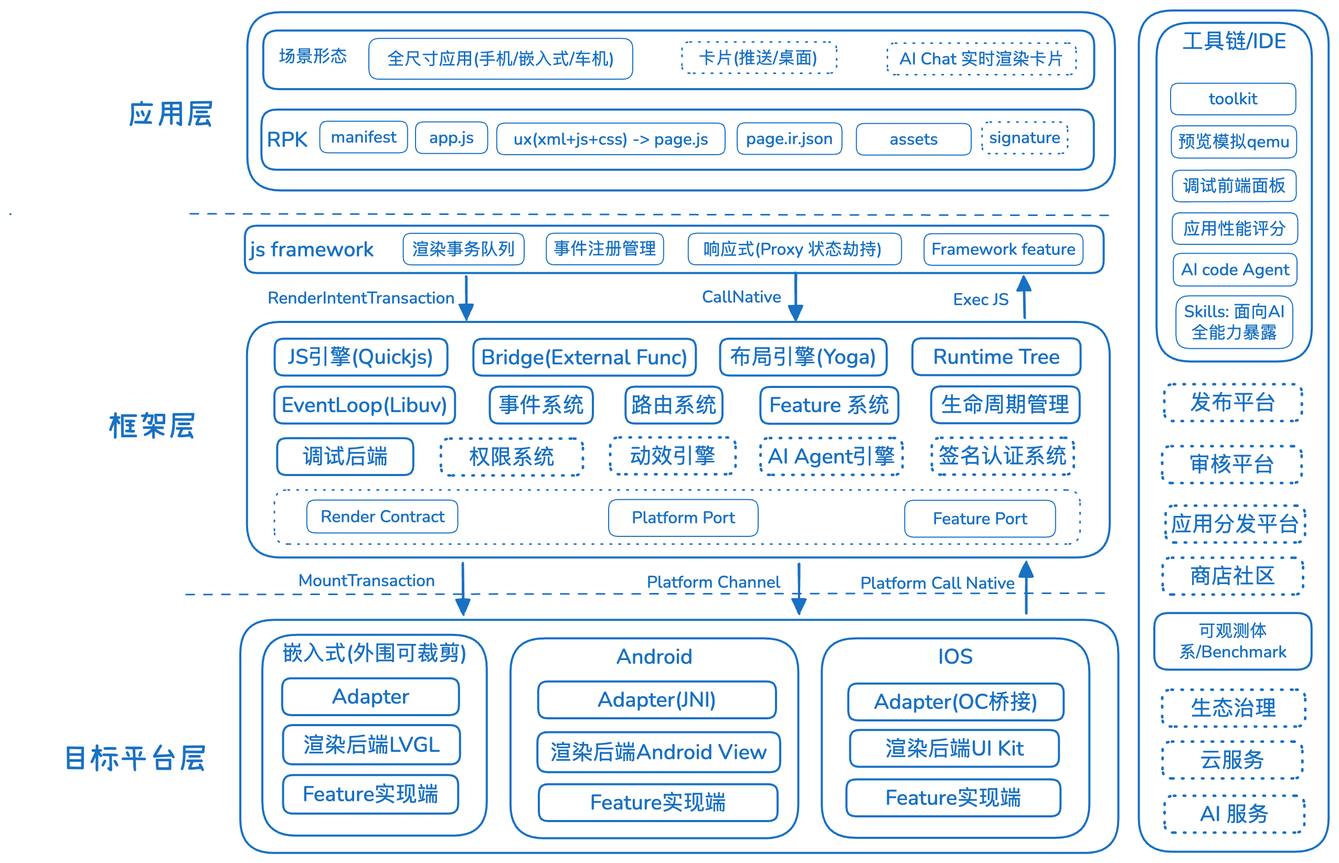
quickapp-kit/.github keeps this Excalidraw diagram as profile/assets/架构图-0901-含编辑信息.excalidraw.png. Above is the earlier version. Source tidied: one line per element, renumbered; positions are measured from the earlier drawing's top-left corner, leaving out a move shared by most shapes.
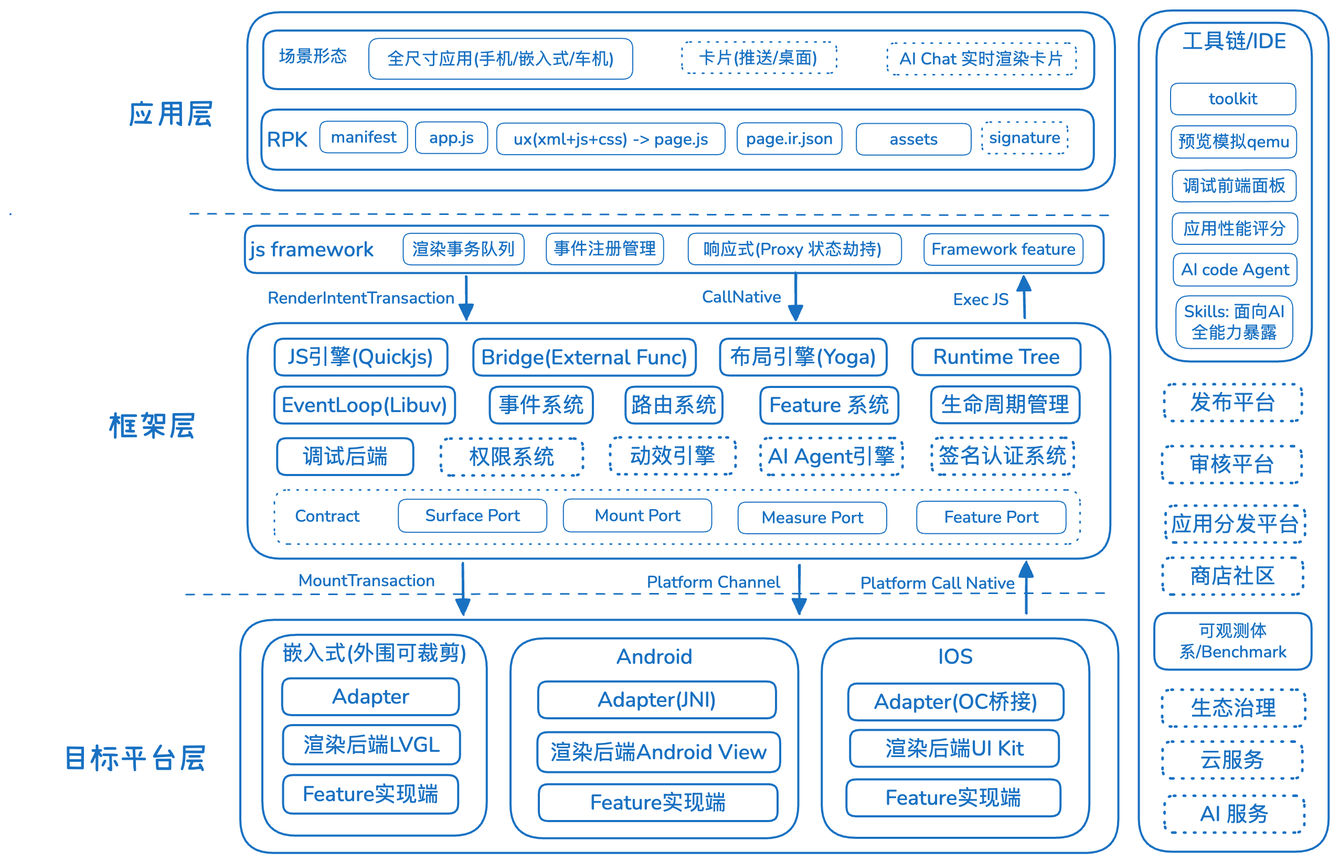
The same file after the commit.

Commit message:
docs: add isomorphic boundaries; refine port names in diagram

What changed in the source:
```diff
@@ -1,6 +1,6 @@
 {"id": 0, "type": "rectangle", "strokeColor": "#1971c2", "strokeWidth": 2, "roughness": 0, "round": true, "x": 226, "y": 2, "width": 827, "height": 170}
 {"id": 1, "type": "arrow", "strokeColor": "#1971c2", "strokeWidth": 2, "roughness": 1, "endArrowhead": "triangle", "round": true, "x": 434, "y": 253, "width": 0, "height": 41, "points": [[0, 0], [0, 41]]}
-{"id": 2, "type": "rectangle", "strokeColor": "#1971c2", "strokeWidth": 2, "roughness": 0, "round": true, "x": 225, "y": 297, "width": 822, "height": 225}
+{"id": 2, "type": "rectangle", "strokeColor": "#1971c2", "strokeWidth": 2, "roughness": 0, "round": true, "x": 226, "y": 298, "width": 822, "height": 225}
 {"id": 3, "type": "rectangle", "strokeColor": "#1971c2", "strokeWidth": 2, "roughness": 0, "round": true, "x": 219, "y": 581, "width": 837, "height": 222}
 {"id": 4, "type": "text", "text": "应用层", "strokeColor": "#1971c2", "strokeWidth": 2, "roughness": 1, "fontSize": 28.12, "fontFamily": 5, "x": 110, "y": 84, "width": 84, "height": 35}
 {"id": 5, "type": "text", "text": "框架层", "strokeColor": "#1971c2", "strokeWidth": 2, "roughness": 1, "fontSize": 28.12, "fontFamily": 5, "x": 94, "y": 381, "width": 84, "height": 35}
@@ -39,10 +39,8 @@
 {"id": 38, "type": "rectangle", "strokeColor": "#1971c2", "strokeWidth": 2, "roughness": 0, "round": true, "x": 260, "y": 729, "width": 167, "height": 37}
 {"id": 39, "type": "text", "text": "Feature实现端", "strokeColor": "#1971c2", "strokeWidth": 2, "roughness": 0, "fontSize": 20.09, "fontFamily": 6, "textAlign": "center", "verticalAlign": "middle", "inside": 38, "x": 278, "y": 735, "width": 130, "height": 25}
 {"id": 40, "type": "rectangle", "strokeColor": "#1971c2", "strokeWidth": 1, "strokeStyle": "dotted", "roughness": 0, "round": true, "x": 251, "y": 457, "width": 768, "height": 52}
-{"id": 41, "type": "rectangle", "strokeColor": "#1971c2", "strokeWidth": 1, "roughness": 0, "round": true, "x": 282, "y": 467, "width": 144, "height": 31}
-{"id": 42, "type": "text", "text": "Render Contract", "strokeColor": "#1971c2", "strokeWidth": 2, "roughness": 0, "fontSize": 16.07, "fontFamily": 6, "x": 295, "y": 473, "width": 118, "height": 20}
-{"id": 43, "type": "rectangle", "strokeColor": "#1971c2", "strokeWidth": 1, "roughness": 0, "round": true, "x": 570, "y": 466, "width": 142, "height": 35}
+{"id": 43, "type": "rectangle", "strokeColor": "#1971c2", "strokeWidth": 1, "roughness": 0, "round": true, "x": 527, "y": 466, "width": 141, "height": 31}
-{"id": 44, "type": "text", "text": "Platform Port", "strokeColor": "#1971c2", "strokeWidth": 2, "roughness": 0, "fontSize": 16.07, "fontFamily": 6, "textAlign": "center", "verticalAlign": "middle", "inside": 43, "x": 592, "y": 474, "width": 98, "height": 20}
+{"id": 44, "type": "text", "text": "Mount Port", "strokeColor": "#1971c2", "strokeWidth": 2, "roughness": 0, "fontSize": 16.07, "fontFamily": 6, "textAlign": "center", "verticalAlign": "middle", "inside": 43, "x": 557, "y": 472, "width": 82, "height": 20}
 {"id": 45, "type": "rectangle", "strokeColor": "#1971c2", "strokeWidth": 2, "roughness": 0, "round": true, "x": 676, "y": 313, "width": 159, "height": 35}
 {"id": 46, "type": "text", "text": "布局引擎(Yoga)", "strokeColor": "#1971c2", "strokeWidth": 2, "roughness": 0, "fontSize": 20.09, "fontFamily": 6, "textAlign": "center", "verticalAlign": "middle", "inside": 45, "x": 686, "y": 318, "width": 140, "height": 25}
 {"id": 47, "type": "rectangle", "strokeColor": "#1971c2", "strokeWidth": 2, "roughness": 0, "round": true, "x": 503, "y": 640, "width": 227, "height": 35}
@@ -80,8 +78,8 @@
 {"id": 79, "type": "rectangle", "strokeColor": "#1971c2", "strokeWidth": 2, "roughness": 0, "round": true, "x": 223, "y": 205, "width": 818, "height": 45}
 {"id": 80, "type": "arrow", "strokeColor": "#1971c2", "strokeWidth": 2, "roughness": 1, "endArrowhead": "triangle", "round": true, "x": 966, "y": 293, "width": 0, "height": 39, "points": [[0, 0], [0, -39]]}
 {"id": 81, "type": "text", "text": "js framework ", "strokeColor": "#1971c2", "strokeWidth": 2, "roughness": 0, "fontSize": 20.09, "fontFamily": 6, "verticalAlign": "middle", "inside": 79, "x": 228, "y": 215, "width": 123, "height": 25}
-{"id": 82, "type": "rectangle", "strokeColor": "#1971c2", "strokeWidth": 1, "roughness": 0, "round": true, "x": 852, "y": 467, "width": 144, "height": 35}
+{"id": 82, "type": "rectangle", "strokeColor": "#1971c2", "strokeWidth": 1, "roughness": 0, "round": true, "x": 693, "y": 469, "width": 142, "height": 30}
-{"id": 83, "type": "text", "text": "Feature Port", "strokeColor": "#1971c2", "strokeWidth": 2, "roughness": 0, "fontSize": 16.07, "fontFamily": 6, "textAlign": "center", "verticalAlign": "middle", "inside": 82, "x": 879, "y": 475, "width": 90, "height": 20}
+{"id": 83, "type": "text", "text": "Measure Port", "strokeColor": "#1971c2", "strokeWidth": 2, "roughness": 0, "fontSize": 16.07, "fontFamily": 6, "textAlign": "center", "verticalAlign": "middle", "inside": 82, "x": 716, "y": 474, "width": 97, "height": 20}
 {"id": 84, "type": "rectangle", "strokeColor": "#1971c2", "strokeWidth": 2, "strokeStyle": "dotted", "roughness": 0, "round": true, "x": 1098, "y": 697, "width": 133, "height": 35}
 {"id": 85, "type": "text", "text": "云服务", "strokeColor": "#1971c2", "strokeWidth": 2, "roughness": 1, "fontSize": 20.09, "fontFamily": 6, "textAlign": "center", "verticalAlign": "middle", "inside": 84, "x": 1134, "y": 702, "width": 61, "height": 25}
 {"id": 86, "type": "rectangle", "strokeColor": "#1971c2", "strokeWidth": 2, "strokeStyle": "dotted", "roughness": 0, "round": true, "x": 1100, "y": 749, "width": 133, "height": 35}
@@ -139,5 +137,10 @@
 {"id": 138, "type": "text", "text": "Framework feature", "strokeColor": "#1971c2", "strokeWidth": 2, "roughness": 0, "fontSize": 16.07, "fontFamily": 6, "textAlign": "center", "verticalAlign": "middle", "inside": 137, "x": 878, "y": 218, "width": 137, "height": 20}
 {"id": 139, "type": "rectangle", "strokeColor": "#1971c2", "strokeWidth": 2, "roughness": 0, "round": true, "x": 251, "y": 359, "width": 172, "height": 35}
 {"id": 140, "type": "text", "text": "EventLoop(Libuv)", "strokeColor": "#1971c2", "strokeWidth": 2, "roughness": 0, "fontSize": 20.09, "fontFamily": 6, "textAlign": "center", "verticalAlign": "middle", "inside": 139, "x": 258, "y": 364, "width": 159, "height": 25}
-{"id": 141, "type": "arrow", "strokeColor": "#1971c2", "strokeWidth": 2, "roughness": 1, "endArrowhead": "triangle", "round": true, "from": 2, "to": 3, "x": 751, "y": 528, "width": 0, "height": 47, "points": [[0, 0], [0, 47]]}
+{"id": 141, "type": "arrow", "strokeColor": "#1971c2", "strokeWidth": 2, "roughness": 1, "endArrowhead": "triangle", "round": true, "from": 2, "to": 3, "x": 752, "y": 529, "width": 0, "height": 46, "points": [[0, 0], [0, 46]]}
 {"id": 142, "type": "text", "text": "Platform Channel", "strokeColor": "#1971c2", "strokeWidth": 1, "roughness": 0, "fontSize": 16, "fontFamily": 6, "textAlign": "center", "x": 606, "y": 535, "width": 127, "height": 20}
+{"id": 143, "type": "text", "text": "Contract", "strokeColor": "#1971c2", "strokeWidth": 1, "roughness": 0, "fontSize": 16, "fontFamily": 6, "textAlign": "center", "x": 271, "y": 472, "width": 62, "height": 20}
+{"id": 144, "type": "rectangle", "strokeColor": "#1971c2", "strokeWidth": 1, "roughness": 0, "round": true, "x": 864, "y": 468, "width": 142, "height": 31}
+{"id": 145, "type": "text", "text": "Feature Port", "strokeColor": "#1971c2", "strokeWidth": 2, "roughness": 0, "fontSize": 16.07, "fontFamily": 6, "textAlign": "center", "verticalAlign": "middle", "inside": 144, "x": 890, "y": 473, "width": 90, "height": 20}
+{"id": 146, "type": "rectangle", "strokeColor": "#1971c2", "strokeWidth": 1, "roughness": 0, "round": true, "x": 370, "y": 466, "width": 141, "height": 31}
+{"id": 147, "type": "text", "text": "Surface Port", "strokeColor": "#1971c2", "strokeWidth": 2, "roughness": 0, "fontSize": 16.07, "fontFamily": 6, "textAlign": "center", "verticalAlign": "middle", "inside": 146, "x": 395, "y": 472, "width": 90, "height": 20}
```
